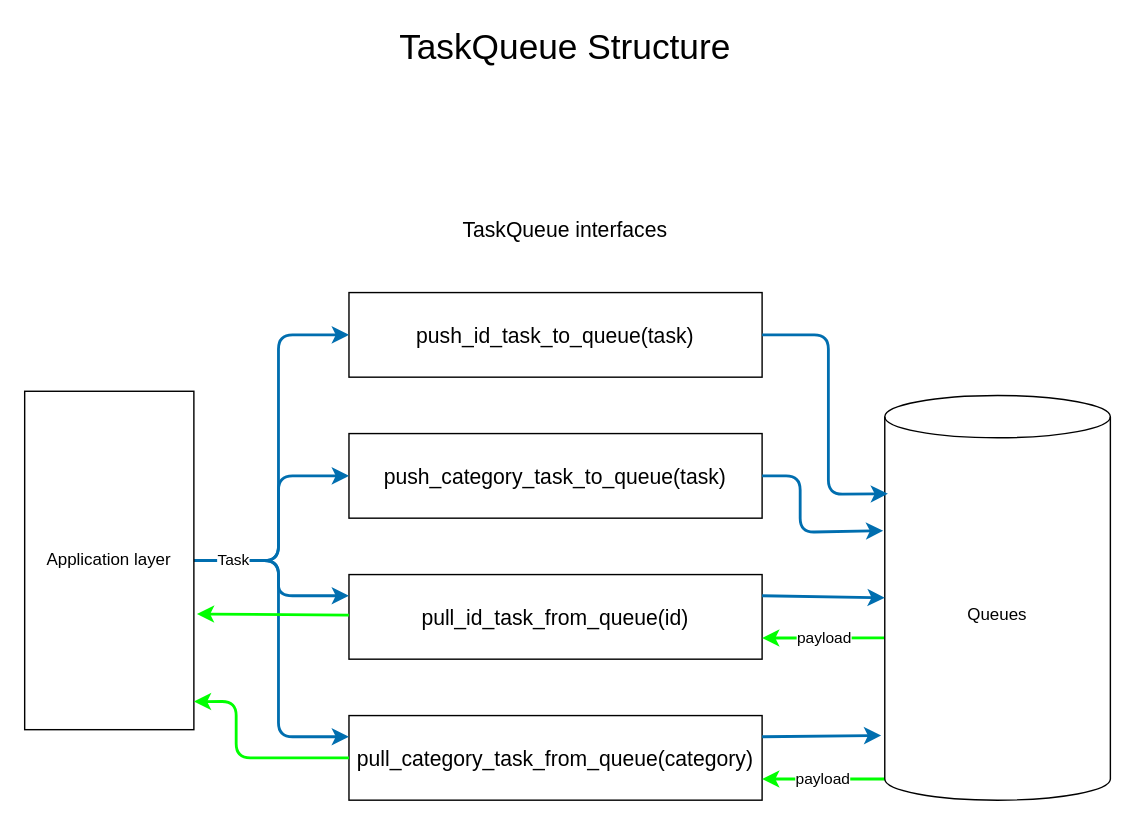
Before: page "Page-2" (2 of 2) of Docs/BusStructure.drawio in NGDeveloper125/NGTQ_BusService, a draw.io diagram. Source tidied: cells renumbered, new cells numbered last; positions are measured from the earlier drawing's top-left corner, leaving out a move shared by most shapes. Both pictures are drawn from the tidied source at 141%, with x=0, y=0 at pixel (24, 24).
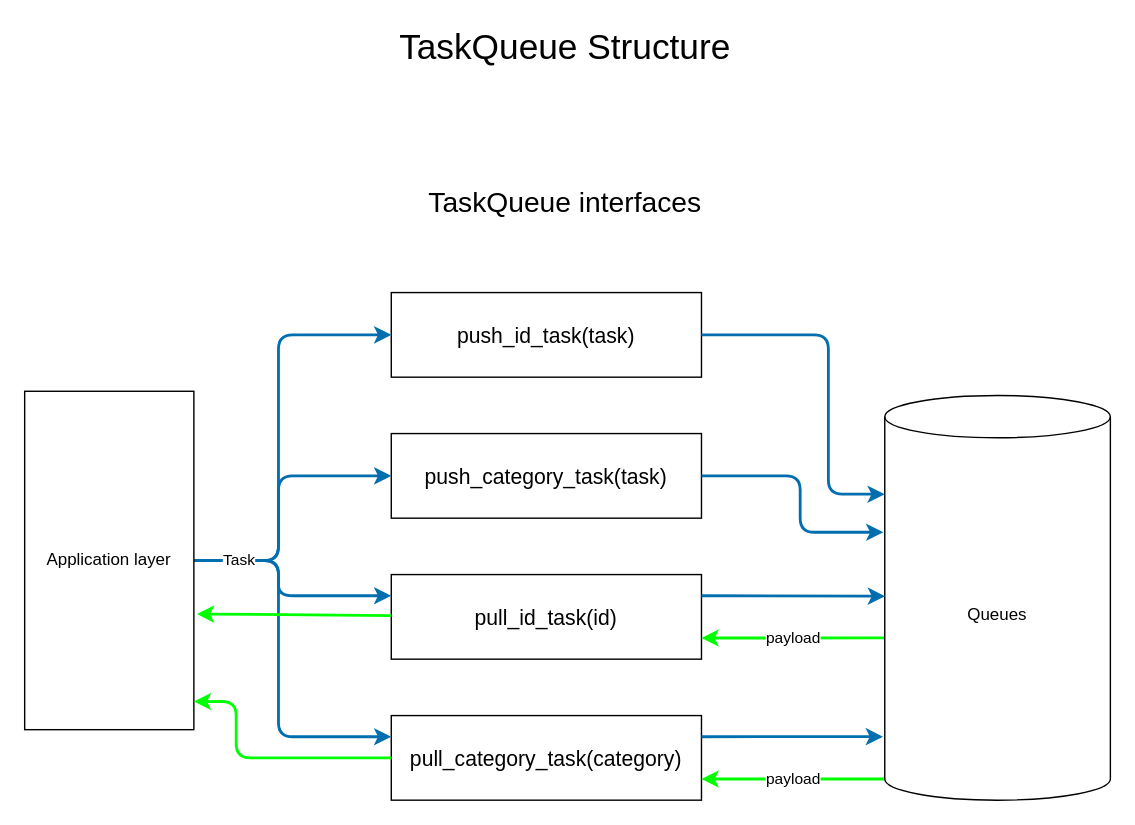
Above is the later version.

Commit message:
update methods names

Unchanged cells that the change refers to:
```xml
<mxCell id="15" value="Queues" style="shape=cylinder3;whiteSpace=wrap;html=1;boundedLbl=1;backgroundOutline=1;size=15;" parent="1" vertex="1">
  <mxGeometry x="610" y="263" width="160" height="287" as="geometry" />
</mxCell>
```

What changed in the source:
```diff
@@
-    <mxCell id="3" value="TaskQueue interfaces" style="text;html=1;align=center;verticalAlign=middle;whiteSpace=wrap;rounded=0;fontSize=15;" parent="1" vertex="1">
-      <mxGeometry x="295" y="130" width="177" height="30" as="geometry" />
+    <mxCell id="3" value="TaskQueue interfaces" style="text;html=1;align=center;verticalAlign=middle;whiteSpace=wrap;rounded=0;fontSize=20;" parent="1" vertex="1">
+      <mxGeometry x="261" y="110" width="245" height="30" as="geometry" />
     </mxCell>
-    <mxCell id="4" value="push_id_task_to_queue(task)" style="rounded=0;whiteSpace=wrap;html=1;fontSize=15;" parent="1" vertex="1">
-      <mxGeometry x="230" y="190" width="293" height="60" as="geometry" />
+    <mxCell id="4" value="push_id_task(task)" style="rounded=0;whiteSpace=wrap;html=1;fontSize=15;" parent="1" vertex="1">
+      <mxGeometry x="260" y="190" width="220" height="60" as="geometry" />
     </mxCell>
-    <mxCell id="5" value="push_category_task_to_queue(task)" style="rounded=0;whiteSpace=wrap;html=1;fontSize=15;" parent="1" vertex="1">
-      <mxGeometry x="230" y="290" width="293" height="60" as="geometry" />
+    <mxCell id="5" value="push_category_task(task)" style="rounded=0;whiteSpace=wrap;html=1;fontSize=15;" parent="1" vertex="1">
+      <mxGeometry x="260" y="290" width="220" height="60" as="geometry" />
     </mxCell>
-    <mxCell id="6" value="pull_id_task_from_queue(id)" style="rounded=0;whiteSpace=wrap;html=1;fontSize=15;" parent="1" vertex="1">
-      <mxGeometry x="230" y="390" width="293" height="60" as="geometry" />
+    <mxCell id="6" value="pull_id_task(id)" style="rounded=0;whiteSpace=wrap;html=1;fontSize=15;" parent="1" vertex="1">
+      <mxGeometry x="260" y="390" width="220" height="60" as="geometry" />
     </mxCell>
-    <mxCell id="7" value="pull_category_task_from_queue(category)" style="rounded=0;whiteSpace=wrap;html=1;fontSize=15;" parent="1" vertex="1">
-      <mxGeometry x="230" y="490" width="293" height="60" as="geometry" />
+    <mxCell id="7" value="pull_category_task(category)" style="rounded=0;whiteSpace=wrap;html=1;fontSize=15;" parent="1" vertex="1">
+      <mxGeometry x="260" y="490" width="220" height="60" as="geometry" />
     </mxCell>
@@
-    <mxCell id="16" style="edgeStyle=none;html=1;entryX=0.014;entryY=0.243;entryDx=0;entryDy=0;entryPerimeter=0;fillColor=#1ba1e2;strokeColor=#006EAF;strokeWidth=2;" parent="1" edge="1" source="4" target="15">
+    <mxCell id="16" style="edgeStyle=none;html=1;fillColor=#1ba1e2;strokeColor=#006EAF;strokeWidth=2;" parent="1" edge="1" source="4">
       <mxGeometry relative="1" as="geometry">
+        <mxPoint x="610" y="333" as="targetPoint" />
         <Array as="points">
           <mxPoint x="570" y="220" />
           <mxPoint x="570" y="333" />
         </Array>
       </mxGeometry>
     </mxCell>
-    <mxCell id="17" style="edgeStyle=none;html=1;entryX=-0.007;entryY=0.334;entryDx=0;entryDy=0;entryPerimeter=0;fillColor=#1ba1e2;strokeColor=#006EAF;strokeWidth=2;" parent="1" edge="1" source="5" target="15">
+    <mxCell id="17" style="edgeStyle=none;html=1;fillColor=#1ba1e2;strokeColor=#006EAF;strokeWidth=2;" parent="1" edge="1" source="5">
       <mxGeometry relative="1" as="geometry">
+        <mxPoint x="609" y="360" as="targetPoint" />
         <Array as="points">
           <mxPoint x="550" y="320" />
           <mxPoint x="550" y="360" />
         </Array>
       </mxGeometry>
     </mxCell>
-    <mxCell id="18" style="edgeStyle=none;html=1;entryX=0;entryY=0.5;entryDx=0;entryDy=0;entryPerimeter=0;exitX=1;exitY=0.25;exitDx=0;exitDy=0;fillColor=#1ba1e2;strokeColor=#006EAF;strokeWidth=2;" parent="1" edge="1" source="6" target="15">
+    <mxCell id="18" style="edgeStyle=none;html=1;entryX=0.001;entryY=0.496;entryDx=0;entryDy=0;entryPerimeter=0;exitX=1;exitY=0.25;exitDx=0;exitDy=0;fillColor=#1ba1e2;strokeColor=#006EAF;strokeWidth=2;" parent="1" edge="1" source="6" target="15">
       <mxGeometry relative="1" as="geometry" />
     </mxCell>
-    <mxCell id="19" style="edgeStyle=none;html=1;entryX=-0.016;entryY=0.84;entryDx=0;entryDy=0;entryPerimeter=0;exitX=1;exitY=0.25;exitDx=0;exitDy=0;fillColor=#1ba1e2;strokeColor=#006EAF;strokeWidth=2;" parent="1" edge="1" source="7" target="15">
+    <mxCell id="19" style="edgeStyle=none;html=1;entryX=-0.008;entryY=0.843;entryDx=0;entryDy=0;entryPerimeter=0;exitX=1;exitY=0.25;exitDx=0;exitDy=0;fillColor=#1ba1e2;strokeColor=#006EAF;strokeWidth=2;" parent="1" edge="1" source="7" target="15">
       <mxGeometry relative="1" as="geometry" />
     </mxCell>
```
